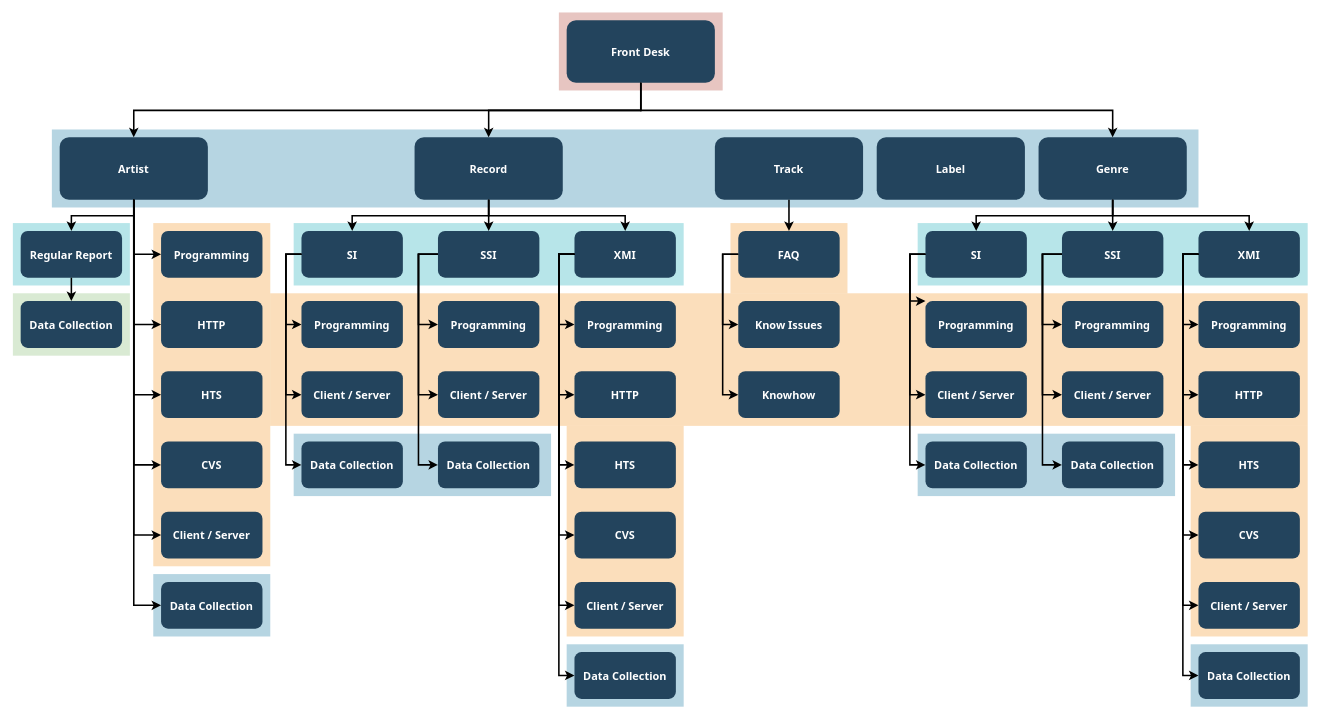
Earlier version of the draw.io diagram solo_project_site_map.drawio (dnbhed/record-store-solo-project). Source tidied: cells renumbered, new cells numbered last; positions are measured from the earlier drawing's top-left corner, leaving out a move shared by most shapes. Both pictures are drawn from the tidied source at 78%, with x=0, y=0 at pixel (12, 12).
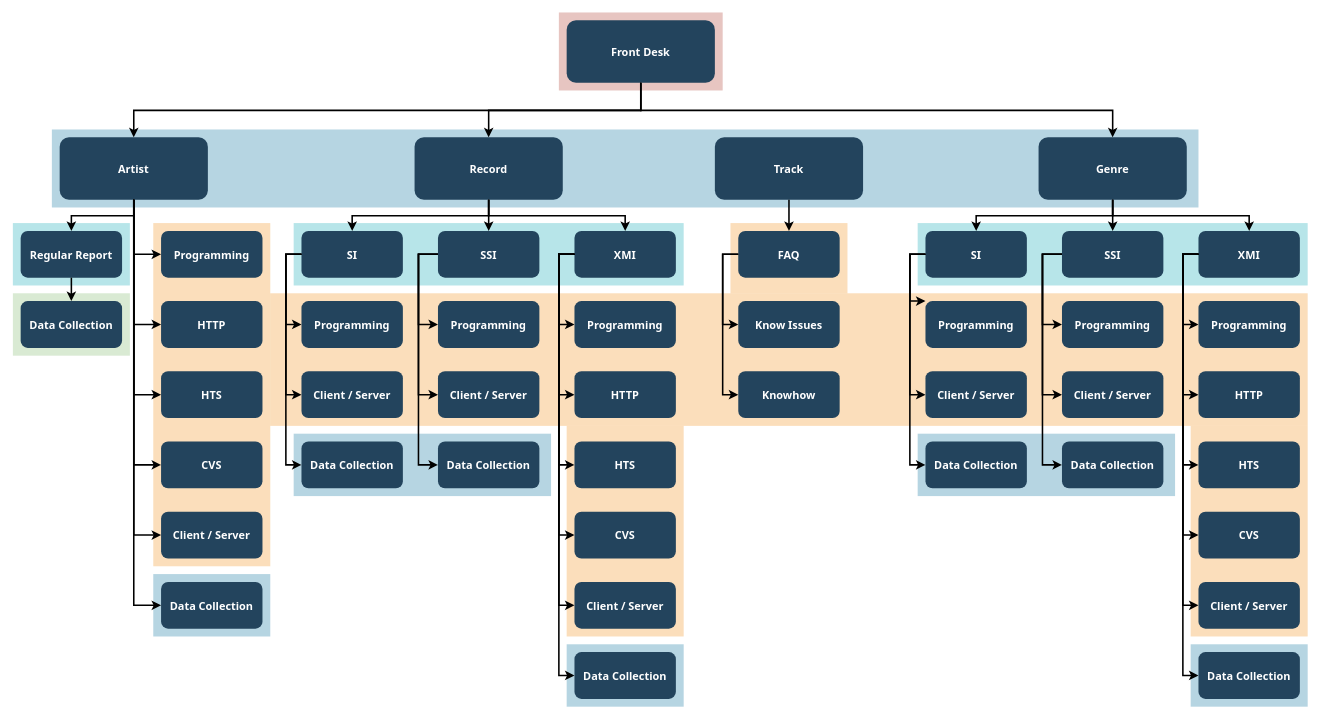
The same page after the edit.

The edit, as a diff of the source:
```diff
@@
-    <mxCell id="108" value="Label" style="rounded=1;fillColor=#23445D;gradientColor=none;strokeColor=none;fontColor=#FFFFFF;fontStyle=1;fontFamily=Tahoma;fontSize=14;" parent="1" vertex="1">
-      <mxGeometry x="1107.5" y="159.5" width="190" height="80" as="geometry" />
-    </mxCell>
```
